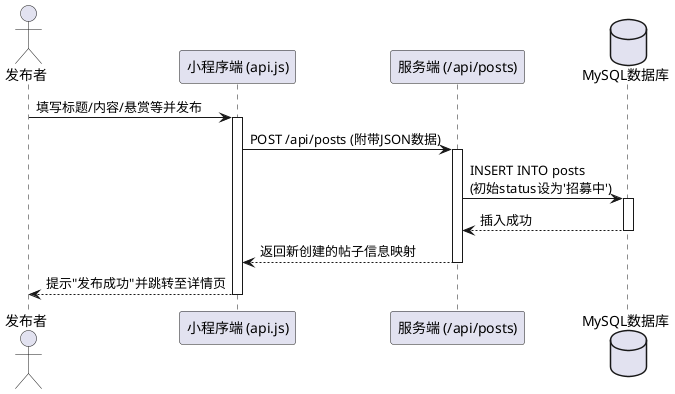
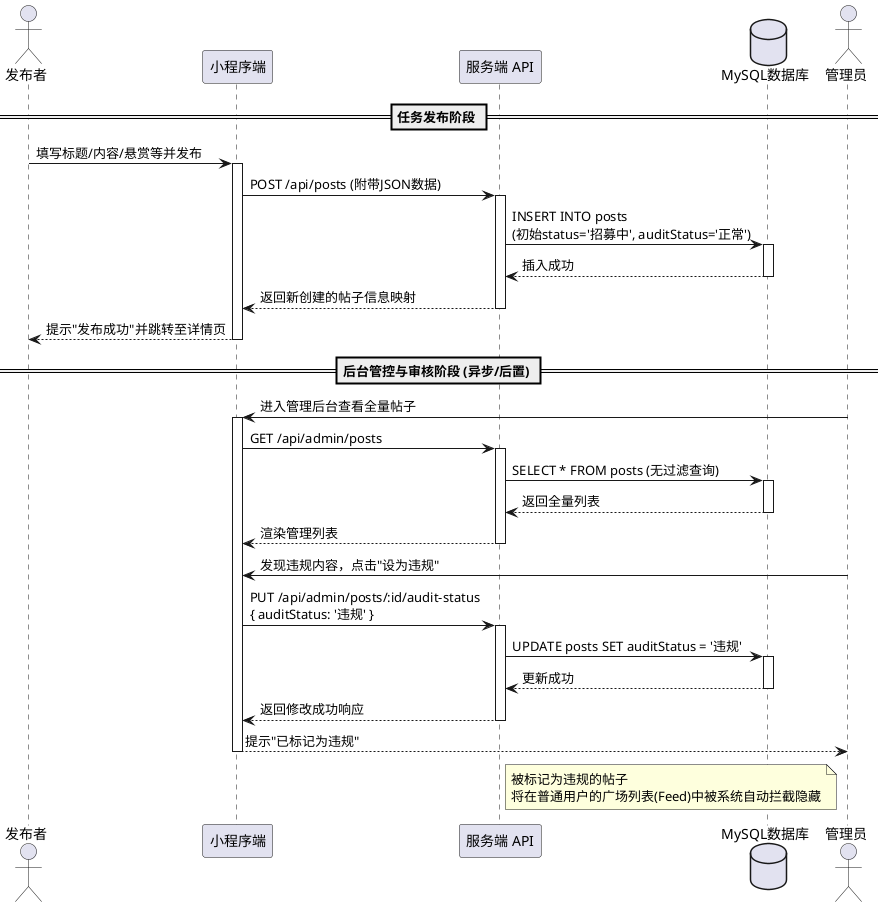
@startuml
actor 发布者 as User
- participant "小程序端 (api.js)" as Frontend
- participant "服务端 (/api/posts)" as Backend
+ participant "小程序端" as Frontend
+ participant "服务端 API" as Backend
database "MySQL数据库" as DB
+ actor 管理员 as Admin

+ == 任务发布阶段 ==
User -> Frontend : 填写标题/内容/悬赏等并发布
activate Frontend
Frontend -> Backend : POST /api/posts (附带JSON数据)
activate Backend
- Backend -> DB : INSERT INTO posts \n(初始status设为'招募中')
+ Backend -> DB : INSERT INTO posts \n(初始status='招募中', auditStatus='正常')
activate DB
DB --> Backend : 插入成功
deactivate DB
Backend --> Frontend : 返回新创建的帖子信息映射
deactivate Backend
Frontend --> User : 提示"发布成功"并跳转至详情页
deactivate Frontend
+ 
+ == 后台管控与审核阶段 (异步/后置) ==
+ Admin -> Frontend : 进入管理后台查看全量帖子
+ activate Frontend
+ Frontend -> Backend : GET /api/admin/posts
+ activate Backend
+ Backend -> DB : SELECT * FROM posts (无过滤查询)
+ activate DB
+ DB --> Backend : 返回全量列表
+ deactivate DB
+ Backend --> Frontend : 渲染管理列表
+ deactivate Backend
+ 
+ Admin -> Frontend : 发现违规内容，点击"设为违规"
+ Frontend -> Backend : PUT /api/admin/posts/:id/audit-status \n{ auditStatus: '违规' }
+ activate Backend
+ Backend -> DB : UPDATE posts SET auditStatus = '违规'
+ activate DB
+ DB --> Backend : 更新成功
+ deactivate DB
+ Backend --> Frontend : 返回修改成功响应
+ deactivate Backend
+ Frontend --> Admin : 提示"已标记为违规"
+ deactivate Frontend
+ 
+ note right of Backend: 被标记为违规的帖子\n将在普通用户的广场列表(Feed)中被系统自动拦截隐藏
@enduml